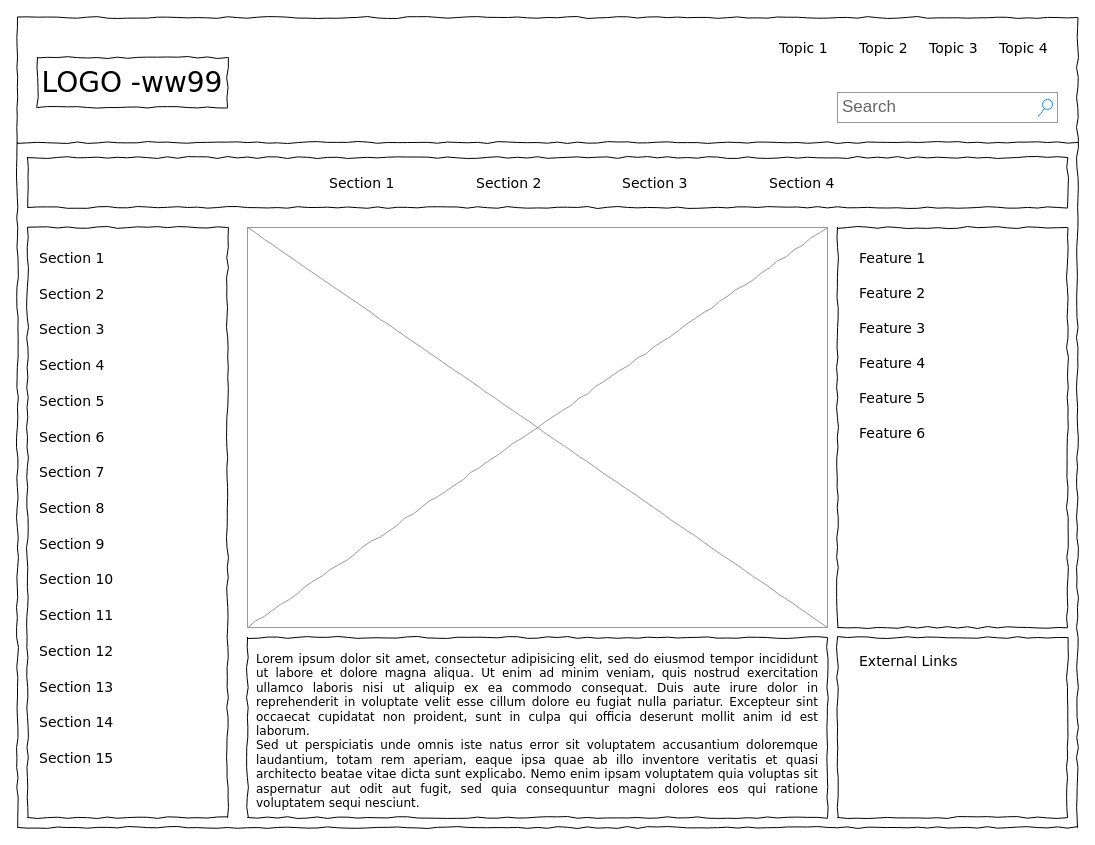
joe-getcouragenow/core-runtime keeps this draw.io diagram as mock01.drawio. Above is the earlier version. Source tidied: cells renumbered, new cells numbered last; positions are measured from the earlier drawing's top-left corner, leaving out a move shared by most shapes. Both pictures are drawn from the tidied source at 100%, with x=0, y=0 at pixel (17, 17).
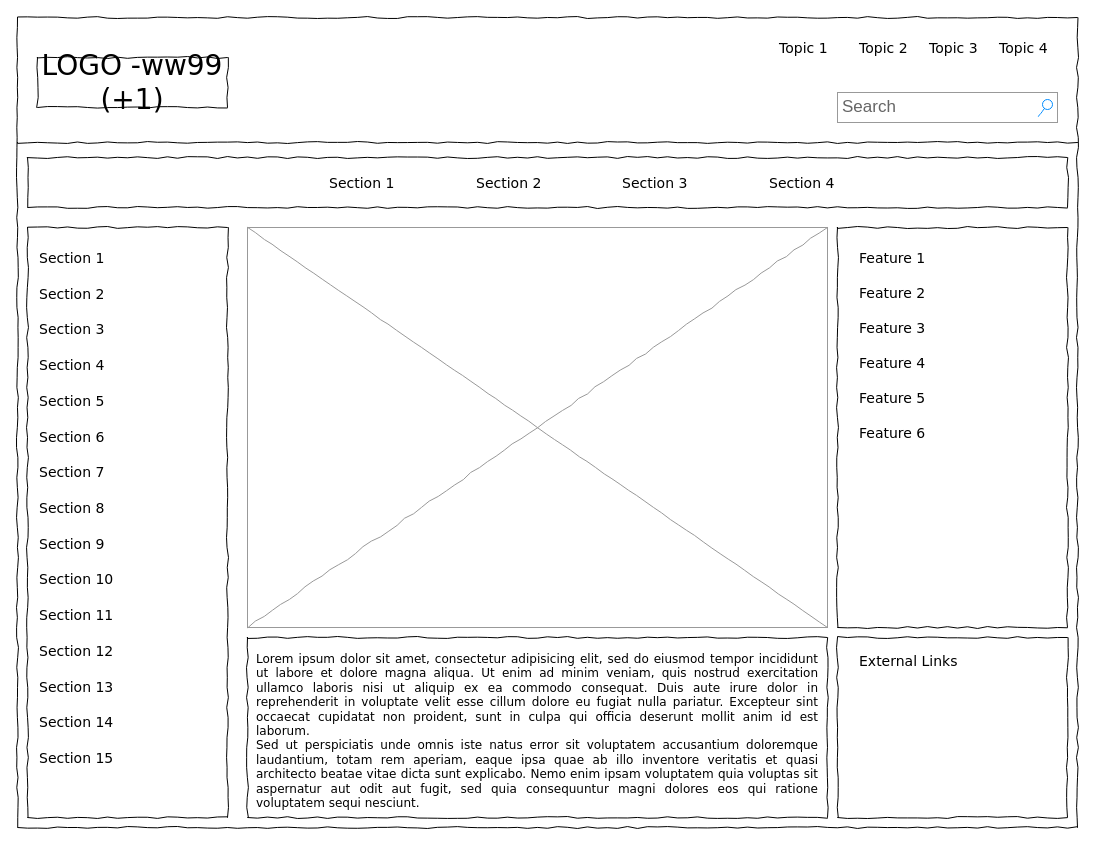
After the change.

Commit message (it also covers changes not shown here):
edits mockup from desktop app

The edit, as a diff of the source:
```diff
@@
-    <mxCell id="3" value="LOGO -ww99" style="whiteSpace=wrap;html=1;rounded=0;shadow=0;labelBackgroundColor=none;strokeWidth=1;fontFamily=Verdana;fontSize=28;align=center;comic=1;" parent="1" vertex="1">
+    <mxCell id="3" value="LOGO -ww99 (+1)" style="whiteSpace=wrap;html=1;rounded=0;shadow=0;labelBackgroundColor=none;strokeWidth=1;fontFamily=Verdana;fontSize=28;align=center;comic=1;" parent="1" vertex="1">
       <mxGeometry x="20" y="40" width="190" height="50" as="geometry" />
     </mxCell>
```
